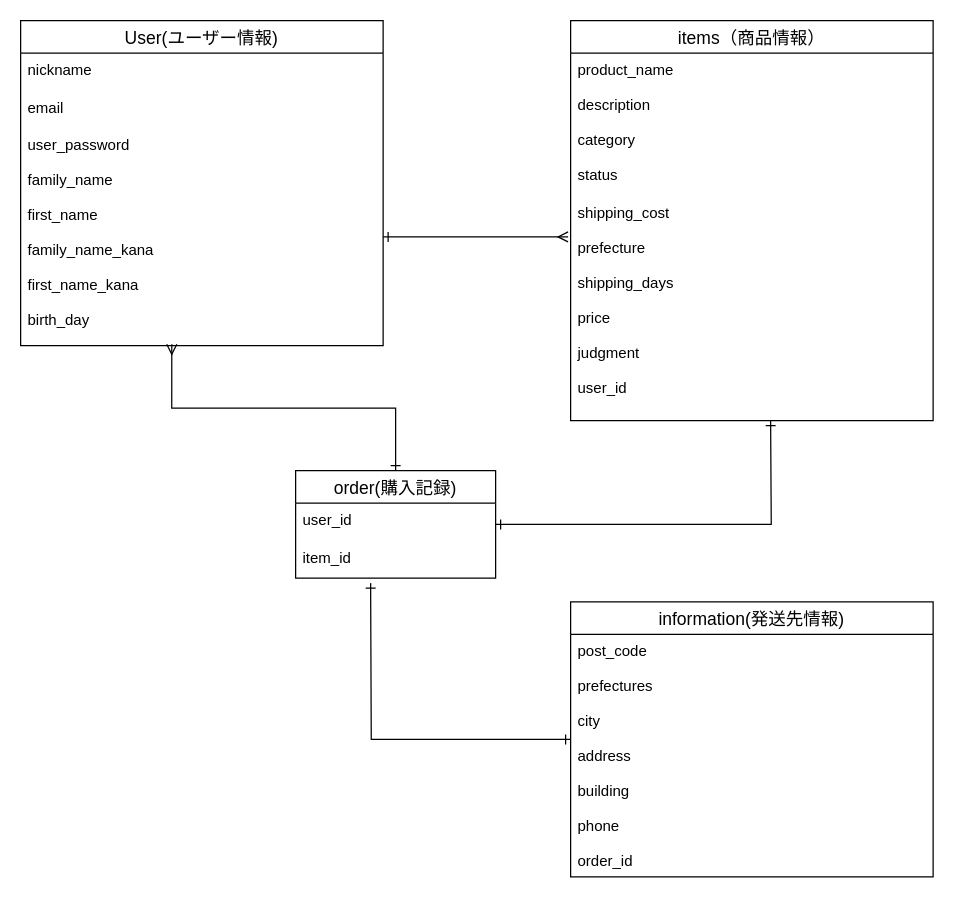
This is furima.dio from eita81601031/furima-35782, a draw.io file, before an edit. Source tidied: cells renumbered, new cells numbered last; positions are measured from the earlier drawing's top-left corner, leaving out a move shared by most shapes. Both pictures are drawn from the tidied source at 125%, with x=0, y=0 at pixel (20, 20).
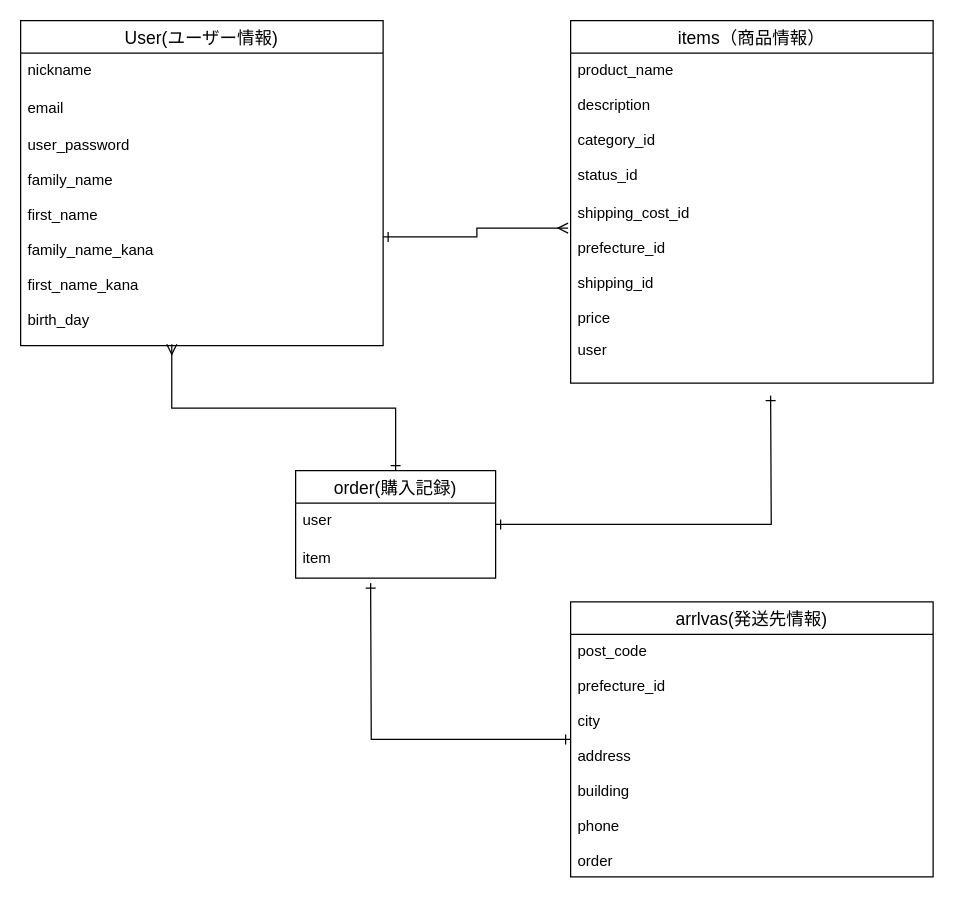
Above is the later version.

Commit message (it also covers changes not shown here):
データベース4点修正

Unchanged cells that the change refers to:
```xml
<mxCell id="13" value="order(購入記録)" style="swimlane;fontStyle=0;horizontal=1;startSize=26;align=center;fontSize=14;" parent="1" vertex="1">
  <mxGeometry x="220" y="360" width="160" height="86" as="geometry" />
</mxCell>
```

What changed in the source:
```diff
@@
     <mxCell id="6" value="items（商品情報）" style="swimlane;fontStyle=0;horizontal=1;startSize=26;align=center;fontSize=14;" parent="1" vertex="1">
-      <mxGeometry x="440" width="290" height="320" as="geometry" />
+      <mxGeometry x="440" width="290" height="290" as="geometry" />
     </mxCell>
-    <mxCell id="7" value="product_name&#10;&#10;description&#10;&#10;category&#10;&#10;status&#10;&#10;" style="text;strokeColor=none;fillColor=none;spacingLeft=4;spacingRight=4;overflow=hidden;fontSize=12;" parent="6" vertex="1">
+    <mxCell id="7" value="product_name&#10;&#10;description&#10;&#10;category_id&#10;&#10;status_id&#10;&#10;" style="text;strokeColor=none;fillColor=none;spacingLeft=4;spacingRight=4;overflow=hidden;fontSize=12;" parent="6" vertex="1">
       <mxGeometry y="26" width="290" height="114" as="geometry" />
     </mxCell>
-    <mxCell id="8" value="shipping_cost&#10;&#10;prefecture&#10;&#10;shipping_days&#10;&#10;price&#10;&#10;judgment&#10;&#10;&#10;" style="text;strokeColor=none;fillColor=none;spacingLeft=4;spacingRight=4;overflow=hidden;points=[[0,0.5],[1,0.5]];portConstraint=eastwest;fontSize=12;" parent="6" vertex="1">
-      <mxGeometry y="140" width="290" height="140" as="geometry" />
+    <mxCell id="8" value="shipping_cost_id&#10;&#10;prefecture_id&#10;&#10;shipping_id&#10;&#10;price&#10;&#10;" style="text;strokeColor=none;fillColor=none;spacingLeft=4;spacingRight=4;overflow=hidden;points=[[0,0.5],[1,0.5]];portConstraint=eastwest;fontSize=12;" parent="6" vertex="1">
+      <mxGeometry y="140" width="290" height="110" as="geometry" />
     </mxCell>
-    <mxCell id="9" value="user_id" style="text;strokeColor=none;fillColor=none;spacingLeft=4;spacingRight=4;overflow=hidden;fontSize=12;" parent="6" vertex="1">
-      <mxGeometry y="280" width="290" height="40" as="geometry" />
+    <mxCell id="9" value="user" style="text;strokeColor=none;fillColor=none;spacingLeft=4;spacingRight=4;overflow=hidden;fontSize=12;" parent="6" vertex="1">
+      <mxGeometry y="250" width="290" height="40" as="geometry" />
     </mxCell>
@@
     <mxCell id="12" style="edgeStyle=orthogonalEdgeStyle;rounded=0;jettySize=auto;html=1;startArrow=ERone;startFill=0;endArrow=ERone;endFill=0;" parent="1" edge="1" source="13">
       <mxGeometry relative="1" as="geometry">
-        <mxPoint x="600" y="320" as="targetPoint" />
+        <mxPoint x="600" y="300" as="targetPoint" />
       </mxGeometry>
     </mxCell>
@@
-    <mxCell id="14" value="user_id" style="text;strokeColor=none;fillColor=none;spacingLeft=4;spacingRight=4;overflow=hidden;fontSize=12;" parent="13" vertex="1">
+    <mxCell id="14" value="user" style="text;strokeColor=none;fillColor=none;spacingLeft=4;spacingRight=4;overflow=hidden;fontSize=12;" parent="13" vertex="1">
       <mxGeometry y="26" width="160" height="30" as="geometry" />
     </mxCell>
-    <mxCell id="15" value="item_id" style="text;strokeColor=none;fillColor=none;spacingLeft=4;spacingRight=4;overflow=hidden;fontSize=12;" parent="13" vertex="1">
+    <mxCell id="15" value="item" style="text;strokeColor=none;fillColor=none;spacingLeft=4;spacingRight=4;overflow=hidden;fontSize=12;" parent="13" vertex="1">
       <mxGeometry y="56" width="160" height="30" as="geometry" />
     </mxCell>
@@
-    <mxCell id="17" value="information(発送先情報)" style="swimlane;fontStyle=0;horizontal=1;startSize=26;align=center;fontSize=14;" parent="1" vertex="1">
+    <mxCell id="17" value="arrlvas(発送先情報)" style="swimlane;fontStyle=0;horizontal=1;startSize=26;align=center;fontSize=14;" parent="1" vertex="1">
       <mxGeometry x="440" y="465" width="290" height="220" as="geometry" />
     </mxCell>
-    <mxCell id="18" value="post_code&#10;&#10;prefectures&#10;&#10;city" style="text;strokeColor=none;fillColor=none;spacingLeft=4;spacingRight=4;overflow=hidden;fontSize=12;" parent="17" vertex="1">
+    <mxCell id="18" value="post_code&#10;&#10;prefecture_id&#10;&#10;city" style="text;strokeColor=none;fillColor=none;spacingLeft=4;spacingRight=4;overflow=hidden;fontSize=12;" parent="17" vertex="1">
       <mxGeometry y="26" width="290" height="84" as="geometry" />
     </mxCell>
-    <mxCell id="19" value="address&#10;&#10;building&#10;&#10;phone&#10;&#10;order_id" style="text;strokeColor=none;fillColor=none;spacingLeft=4;spacingRight=4;overflow=hidden;fontSize=12;" parent="17" vertex="1">
+    <mxCell id="19" value="address&#10;&#10;building&#10;&#10;phone&#10;&#10;order" style="text;strokeColor=none;fillColor=none;spacingLeft=4;spacingRight=4;overflow=hidden;fontSize=12;" parent="17" vertex="1">
       <mxGeometry y="110" width="290" height="110" as="geometry" />
     </mxCell>
```
